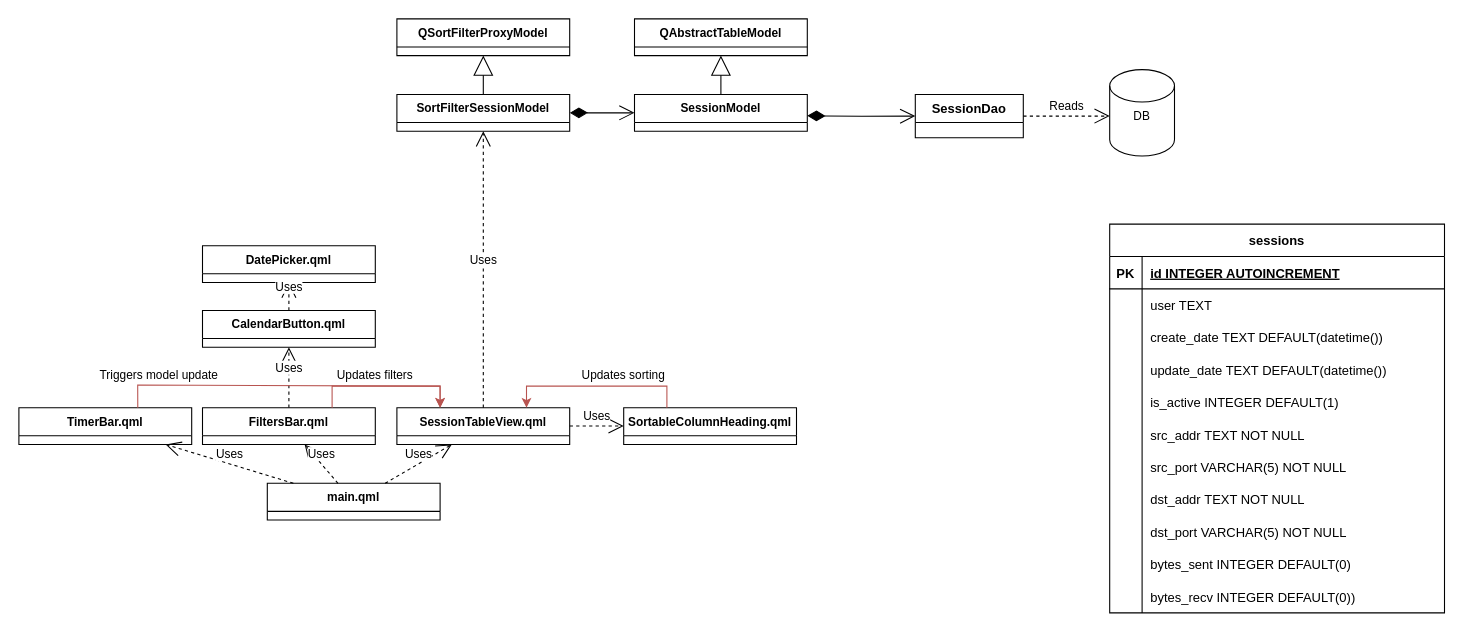
This is page "UI" (3 of 5) of uml.drawio from RektDerp/socks5-proxy-SUM-2022-copy, a draw.io file, before an edit. Source tidied: cells renumbered, new cells numbered last; positions are measured from the earlier drawing's top-left corner, leaving out a move shared by most shapes. Both pictures are drawn from the tidied source at 108%, with x=0, y=0 at pixel (18, 18).
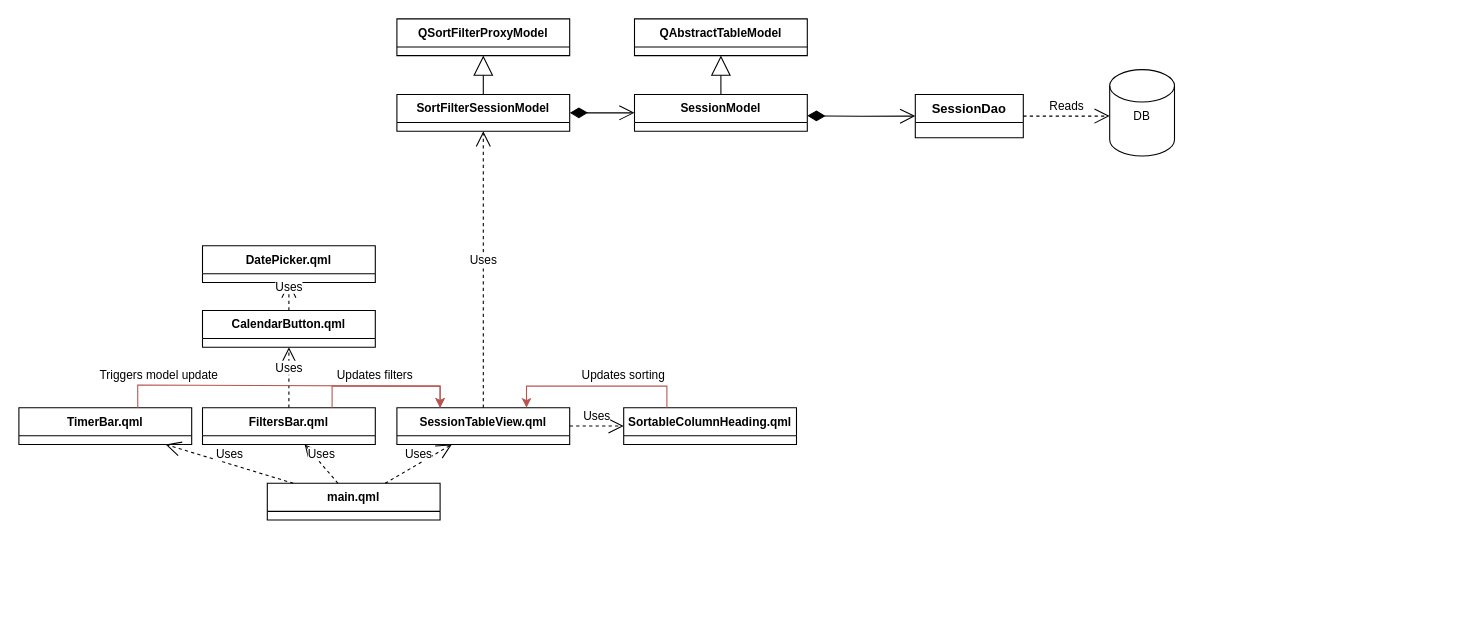
Above is the later version.

Diff of the diagram source:
```diff
@@
-    <mxCell id="2" value="sessions" style="shape=table;startSize=30;childLayout=tableLayout;rowLines=0;fontStyle=1;align=center;" parent="1" vertex="1">
-      <mxGeometry x="1010" y="190" width="310" height="360" as="geometry" />
-    </mxCell>
-    <mxCell id="3" style="shape=tableRow;horizontal=0;startSize=0;swimlaneHead=0;swimlaneBody=0;fillColor=none;top=0;left=0;right=0;bottom=1;" parent="2" vertex="1">
-      <mxGeometry y="30" width="310" height="30" as="geometry" />
-    </mxCell>
-    <mxCell id="4" value="PK" style="shape=partialRectangle;fillColor=none;top=0;left=0;bottom=0;right=0;fontStyle=1;overflow=hidden;" parent="3" vertex="1">
-      <mxGeometry width="30" height="30" as="geometry" />
-    </mxCell>
-    <mxCell id="5" value="id INTEGER AUTOINCREMENT" style="shape=partialRectangle;fillColor=none;top=0;left=0;bottom=0;right=0;align=left;spacingLeft=6;fontStyle=5;overflow=hidden;" parent="3" vertex="1">
-      <mxGeometry x="30" width="280" height="30" as="geometry" />
-    </mxCell>
-    <mxCell id="6" style="shape=tableRow;horizontal=0;startSize=0;swimlaneHead=0;swimlaneBody=0;fillColor=none;top=0;left=0;right=0;bottom=0;" parent="2" vertex="1">
-      <mxGeometry y="60" width="310" height="30" as="geometry" />
-    </mxCell>
-    <mxCell id="7" style="shape=partialRectangle;fillColor=none;top=0;left=0;bottom=0;right=0;overflow=hidden;" parent="6" vertex="1">
-      <mxGeometry width="30" height="30" as="geometry" />
-    </mxCell>
-    <mxCell id="8" value="user TEXT" style="shape=partialRectangle;fillColor=none;top=0;left=0;bottom=0;right=0;align=left;spacingLeft=6;overflow=hidden;" parent="6" vertex="1">
-      <mxGeometry x="30" width="280" height="30" as="geometry" />
-    </mxCell>
-    <mxCell id="9" style="shape=tableRow;horizontal=0;startSize=0;swimlaneHead=0;swimlaneBody=0;fillColor=none;top=0;left=0;right=0;bottom=0;" parent="2" vertex="1">
-      <mxGeometry y="90" width="310" height="30" as="geometry" />
-    </mxCell>
-    <mxCell id="10" style="shape=partialRectangle;fillColor=none;top=0;left=0;bottom=0;right=0;overflow=hidden;" parent="9" vertex="1">
-      <mxGeometry width="30" height="30" as="geometry" />
-    </mxCell>
-    <mxCell id="11" value="create_date TEXT DEFAULT(datetime())" style="shape=partialRectangle;fillColor=none;top=0;left=0;bottom=0;right=0;align=left;spacingLeft=6;overflow=hidden;" parent="9" vertex="1">
-      <mxGeometry x="30" width="280" height="30" as="geometry" />
-    </mxCell>
-    <mxCell id="12" style="shape=tableRow;horizontal=0;startSize=0;swimlaneHead=0;swimlaneBody=0;fillColor=none;top=0;left=0;right=0;bottom=0;" parent="2" vertex="1">
-      <mxGeometry y="120" width="310" height="30" as="geometry" />
-    </mxCell>
-    <mxCell id="13" style="shape=partialRectangle;fillColor=none;top=0;left=0;bottom=0;right=0;overflow=hidden;" parent="12" vertex="1">
-      <mxGeometry width="30" height="30" as="geometry" />
-    </mxCell>
-    <mxCell id="14" value="update_date TEXT DEFAULT(datetime())" style="shape=partialRectangle;fillColor=none;top=0;left=0;bottom=0;right=0;align=left;spacingLeft=6;overflow=hidden;" parent="12" vertex="1">
-      <mxGeometry x="30" width="280" height="30" as="geometry" />
-    </mxCell>
-    <mxCell id="15" style="shape=tableRow;horizontal=0;startSize=0;swimlaneHead=0;swimlaneBody=0;fillColor=none;top=0;left=0;right=0;bottom=0;" parent="2" vertex="1">
-      <mxGeometry y="150" width="310" height="30" as="geometry" />
-    </mxCell>
-    <mxCell id="16" style="shape=partialRectangle;fillColor=none;top=0;left=0;bottom=0;right=0;overflow=hidden;" parent="15" vertex="1">
-      <mxGeometry width="30" height="30" as="geometry" />
-    </mxCell>
-    <mxCell id="17" value="is_active INTEGER DEFAULT(1)" style="shape=partialRectangle;fillColor=none;top=0;left=0;bottom=0;right=0;align=left;spacingLeft=6;overflow=hidden;" parent="15" vertex="1">
-      <mxGeometry x="30" width="280" height="30" as="geometry" />
-    </mxCell>
-    <mxCell id="18" style="shape=tableRow;horizontal=0;startSize=0;swimlaneHead=0;swimlaneBody=0;fillColor=none;top=0;left=0;right=0;bottom=0;" parent="2" vertex="1">
-      <mxGeometry y="180" width="310" height="30" as="geometry" />
-    </mxCell>
-    <mxCell id="19" style="shape=partialRectangle;fillColor=none;top=0;left=0;bottom=0;right=0;overflow=hidden;" parent="18" vertex="1">
-      <mxGeometry width="30" height="30" as="geometry" />
-    </mxCell>
-    <mxCell id="20" value="src_addr TEXT NOT NULL" style="shape=partialRectangle;fillColor=none;top=0;left=0;bottom=0;right=0;align=left;spacingLeft=6;overflow=hidden;" parent="18" vertex="1">
-      <mxGeometry x="30" width="280" height="30" as="geometry" />
-    </mxCell>
-    <mxCell id="21" style="shape=tableRow;horizontal=0;startSize=0;swimlaneHead=0;swimlaneBody=0;fillColor=none;top=0;left=0;right=0;bottom=0;" parent="2" vertex="1">
-      <mxGeometry y="210" width="310" height="30" as="geometry" />
-    </mxCell>
-    <mxCell id="22" style="shape=partialRectangle;fillColor=none;top=0;left=0;bottom=0;right=0;overflow=hidden;" parent="21" vertex="1">
-      <mxGeometry width="30" height="30" as="geometry" />
-    </mxCell>
-    <mxCell id="23" value="src_port VARCHAR(5) NOT NULL" style="shape=partialRectangle;fillColor=none;top=0;left=0;bottom=0;right=0;align=left;spacingLeft=6;overflow=hidden;" parent="21" vertex="1">
-      <mxGeometry x="30" width="280" height="30" as="geometry" />
-    </mxCell>
-    <mxCell id="24" style="shape=tableRow;horizontal=0;startSize=0;swimlaneHead=0;swimlaneBody=0;fillColor=none;top=0;left=0;right=0;bottom=0;" parent="2" vertex="1">
-      <mxGeometry y="240" width="310" height="30" as="geometry" />
-    </mxCell>
-    <mxCell id="25" style="shape=partialRectangle;fillColor=none;top=0;left=0;bottom=0;right=0;overflow=hidden;" parent="24" vertex="1">
-      <mxGeometry width="30" height="30" as="geometry" />
-    </mxCell>
-    <mxCell id="26" value="dst_addr TEXT NOT NULL" style="shape=partialRectangle;fillColor=none;top=0;left=0;bottom=0;right=0;align=left;spacingLeft=6;overflow=hidden;" parent="24" vertex="1">
-      <mxGeometry x="30" width="280" height="30" as="geometry" />
-    </mxCell>
-    <mxCell id="27" style="shape=tableRow;horizontal=0;startSize=0;swimlaneHead=0;swimlaneBody=0;fillColor=none;top=0;left=0;right=0;bottom=0;" parent="2" vertex="1">
-      <mxGeometry y="270" width="310" height="30" as="geometry" />
-    </mxCell>
-    <mxCell id="28" style="shape=partialRectangle;fillColor=none;top=0;left=0;bottom=0;right=0;overflow=hidden;" parent="27" vertex="1">
-      <mxGeometry width="30" height="30" as="geometry" />
-    </mxCell>
-    <mxCell id="29" value="dst_port VARCHAR(5) NOT NULL" style="shape=partialRectangle;fillColor=none;top=0;left=0;bottom=0;right=0;align=left;spacingLeft=6;overflow=hidden;" parent="27" vertex="1">
-      <mxGeometry x="30" width="280" height="30" as="geometry" />
-    </mxCell>
-    <mxCell id="30" style="shape=tableRow;horizontal=0;startSize=0;swimlaneHead=0;swimlaneBody=0;fillColor=none;top=0;left=0;right=0;bottom=0;" parent="2" vertex="1">
-      <mxGeometry y="300" width="310" height="30" as="geometry" />
-    </mxCell>
-    <mxCell id="31" style="shape=partialRectangle;fillColor=none;top=0;left=0;bottom=0;right=0;overflow=hidden;" parent="30" vertex="1">
-      <mxGeometry width="30" height="30" as="geometry" />
-    </mxCell>
-    <mxCell id="32" value="bytes_sent INTEGER DEFAULT(0)" style="shape=partialRectangle;fillColor=none;top=0;left=0;bottom=0;right=0;align=left;spacingLeft=6;overflow=hidden;" parent="30" vertex="1">
-      <mxGeometry x="30" width="280" height="30" as="geometry" />
-    </mxCell>
-    <mxCell id="33" style="shape=tableRow;horizontal=0;startSize=0;swimlaneHead=0;swimlaneBody=0;fillColor=none;top=0;left=0;right=0;bottom=0;" parent="2" vertex="1">
-      <mxGeometry y="330" width="310" height="30" as="geometry" />
-    </mxCell>
-    <mxCell id="34" style="shape=partialRectangle;fillColor=none;top=0;left=0;bottom=0;right=0;overflow=hidden;" parent="33" vertex="1">
-      <mxGeometry width="30" height="30" as="geometry" />
-    </mxCell>
-    <mxCell id="35" value="bytes_recv INTEGER DEFAULT(0))" style="shape=partialRectangle;fillColor=none;top=0;left=0;bottom=0;right=0;align=left;spacingLeft=6;overflow=hidden;" parent="33" vertex="1">
-      <mxGeometry x="30" width="280" height="30" as="geometry" />
-    </mxCell>
```
